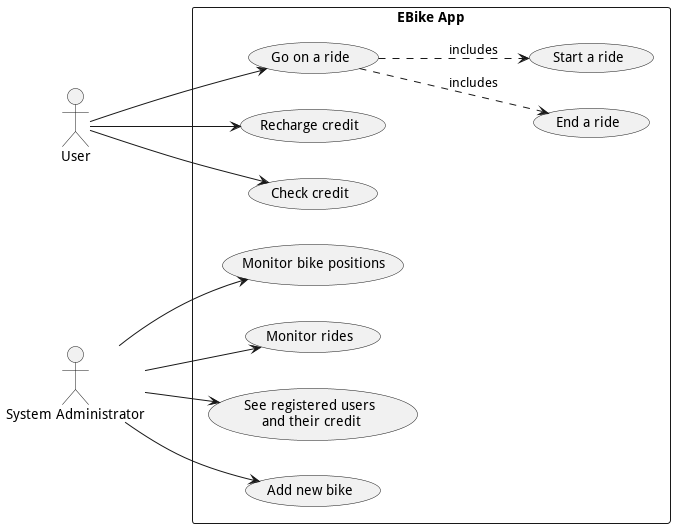
This is doc/diagrams/use-cases.png from Ventus218/SAP-assignment-02, a PlantUML export, as it was before one commit. Its diagram source:
```plantuml
@startuml use-cases

actor "User"
actor "System Administrator" as Admin

left to right direction

rectangle "EBike App" {
    User --> (Go on a ride)
    (Go on a ride) .d.> (End a ride) : includes
    (Go on a ride) .d.> (Start a ride) : includes
    User --> (Recharge credit)
    User --> (Check credit)

    Admin --> (Monitor bike positions)
    Admin --> (Monitor rides)
    Admin --> (See registered users\n and their credit)
    Admin --> (Add new bike)
}

@enduml
```
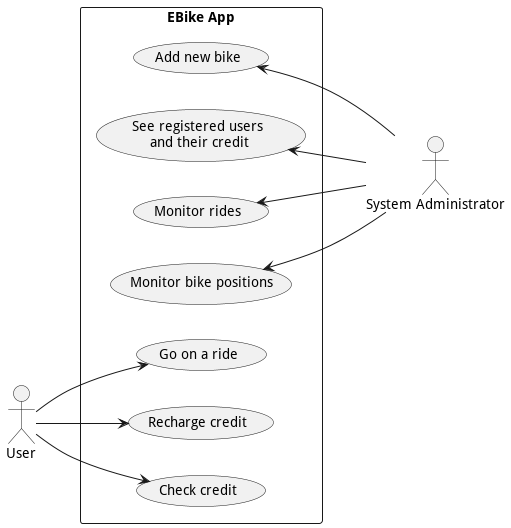
Later version of the same file.

Commit message:
Apply automatic changes

Diff of the diagram source:
```diff
@@ -7,15 +7,13 @@
 
 rectangle "EBike App" {
     User --> (Go on a ride)
-    (Go on a ride) .d.> (End a ride) : includes
-    (Go on a ride) .d.> (Start a ride) : includes
     User --> (Recharge credit)
     User --> (Check credit)
 
-    Admin --> (Monitor bike positions)
-    Admin --> (Monitor rides)
-    Admin --> (See registered users\n and their credit)
-    Admin --> (Add new bike)
+    Admin -u-> (Monitor bike positions)
+    Admin -u-> (Monitor rides)
+    Admin -u-> (See registered users\n and their credit)
+    Admin -u-> (Add new bike)
 }
 
 @enduml
```
